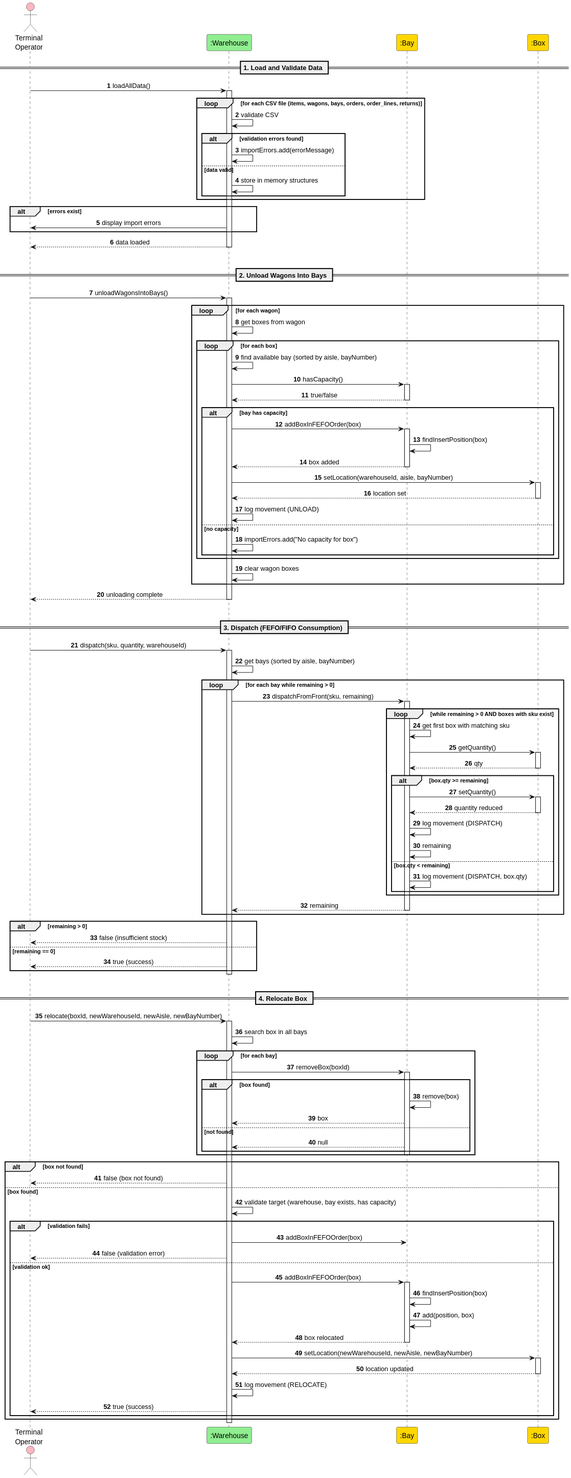
Earlier version of the PlantUML export doc/sprint-1/usei01/03. design/svg/USEI01-FullSequenceDiagram.svg (ivasduarte/logistics-on-rails).
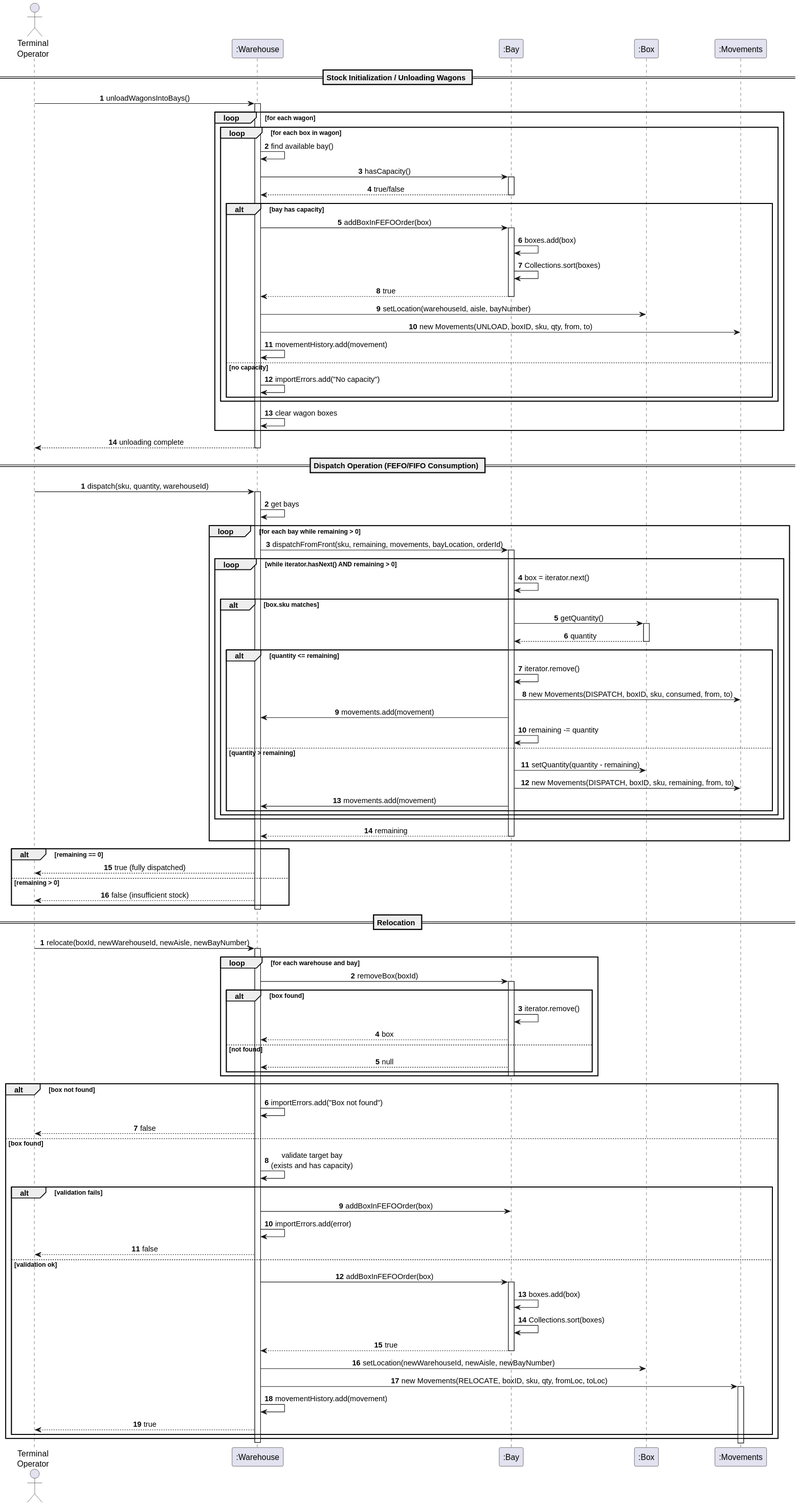
After the commit.

Commit message:
(doc) Corrected documentation regarding USEI01

Change to the diagram source:
```diff
@@ -1,56 +1,23 @@
 @startuml
-!define ACTOR_COLOR #FFB6C1
-
-!define CONTROL_COLOR #90EE90
-
-!define ENTITY_COLOR #FFD700
-
-skinparam backgroundColor #FFFFFF
 skinparam sequenceMessageAlign center
 skinparam responseMessageBelowArrow true
 
-actor "Terminal\nOperator" as Operator ACTOR_COLOR
-participant ":Warehouse" as WH CONTROL_COLOR
-participant ":Bay" as Bay ENTITY_COLOR
-participant ":Box" as Box ENTITY_COLOR
+actor "Terminal\nOperator" as Operator
+participant ":Warehouse" as WH
+participant ":Bay" as Bay
+participant ":Box" as Box
+participant ":Movements" as Mov
 
 autonumber
 
-== 1. Load and Validate Data ==
-
-Operator -> WH : loadAllData()
-activate WH
-
-loop for each CSV file (items, wagons, bays, orders, order_lines, returns)
-    WH -> WH : validate CSV
-
-    alt validation errors found
-        WH -> WH : importErrors.add(errorMessage)
-    else data valid
-        WH -> WH : store in memory structures
-    end
-end
-
-alt errors exist
-    WH -> Operator : display import errors
-end
-
-WH --> Operator : data loaded
-
-deactivate WH
-
-|||
-
-== 2. Unload Wagons Into Bays ==
+== Stock Initialization / Unloading Wagons ==
 
 Operator -> WH : unloadWagonsIntoBays()
 activate WH
 
 loop for each wagon
-    WH -> WH : get boxes from wagon
-
-    loop for each box
-        WH -> WH : find available bay (sorted by aisle, bayNumber)
+    loop for each box in wagon
+        WH -> WH : find available bay()
 
         WH -> Bay : hasCapacity()
         activate Bay
@@ -60,20 +27,18 @@
         alt bay has capacity
             WH -> Bay : addBoxInFEFOOrder(box)
             activate Bay
-
-            Bay -> Bay : findInsertPosition(box)
-            Bay --> WH : box added
+            Bay -> Bay : boxes.add(box)
+            Bay -> Bay : Collections.sort(boxes)
+            Bay --> WH : true
             deactivate Bay
 
             WH -> Box : setLocation(warehouseId, aisle, bayNumber)
-            activate Box
-            Box --> WH : location set
-            deactivate Box
 
-            WH -> WH : log movement (UNLOAD)
+            WH -> Mov : new Movements(UNLOAD, boxID, sku, qty, from, to)
+            WH -> WH : movementHistory.add(movement)
 
         else no capacity
-            WH -> WH : importErrors.add("No capacity for box")
+            WH -> WH : importErrors.add("No capacity")
         end
     end
 
@@ -83,37 +48,42 @@
 WH --> Operator : unloading complete
 deactivate WH
 
-|||
+autonumber stop
 
-== 3. Dispatch (FEFO/FIFO Consumption) ==
+== Dispatch Operation (FEFO/FIFO Consumption) ==
+
+autonumber
 
 Operator -> WH : dispatch(sku, quantity, warehouseId)
 activate WH
 
-WH -> WH : get bays (sorted by aisle, bayNumber)
+WH -> WH : get bays
 
 loop for each bay while remaining > 0
-    WH -> Bay : dispatchFromFront(sku, remaining)
+    WH -> Bay : dispatchFromFront(sku, remaining, movements, bayLocation, orderId)
     activate Bay
 
-    loop while remaining > 0 AND boxes with sku exist
-        Bay -> Bay : get first box with matching sku
-        Bay -> Box : getQuantity()
-        activate Box
-        Box --> Bay : qty
-        deactivate Box
+    loop while iterator.hasNext() AND remaining > 0
+        Bay -> Bay : box = iterator.next()
 
-        alt box.qty >= remaining
-            Bay -> Box : setQuantity()
+        alt box.sku matches
+            Bay -> Box : getQuantity()
             activate Box
-            Box --> Bay : quantity reduced
+            Box --> Bay : quantity
             deactivate Box
 
-            Bay -> Bay : log movement (DISPATCH)
-            Bay -> Bay : remaining
+            alt quantity <= remaining
+                Bay -> Bay : iterator.remove()
 
-        else box.qty < remaining
-            Bay -> Bay : log movement (DISPATCH, box.qty)
+                Bay -> Mov : new Movements(DISPATCH, boxID, sku, consumed, from, to)
+                Bay -> WH : movements.add(movement)
+                Bay -> Bay : remaining -= quantity
+
+            else quantity > remaining
+                Bay -> Box : setQuantity(quantity - remaining)
+                Bay -> Mov : new Movements(DISPATCH, boxID, sku, remaining, from, to)
+                Bay -> WH : movements.add(movement)
+            end
         end
     end
 
@@ -121,29 +91,30 @@
     deactivate Bay
 end
 
-alt remaining > 0
+alt remaining == 0
+    WH --> Operator : true (fully dispatched)
+else remaining > 0
     WH --> Operator : false (insufficient stock)
-else remaining == 0
-    WH --> Operator : true (success)
 end
 
 deactivate WH
 
-|||
+autonumber stop
 
-== 4. Relocate Box ==
+
+== Relocation ==
+
+autonumber
 
 Operator -> WH : relocate(boxId, newWarehouseId, newAisle, newBayNumber)
 activate WH
 
-WH -> WH : search box in all bays
-
-loop for each bay
+loop for each warehouse and bay
     WH -> Bay : removeBox(boxId)
     activate Bay
 
     alt box found
-        Bay -> Bay : remove(box)
+        Bay -> Bay : iterator.remove()
         Bay --> WH : box
     else not found
         Bay --> WH : null
@@ -152,28 +123,31 @@
 end
 
 alt box not found
-    WH --> Operator : false (box not found)
+    WH -> WH : importErrors.add("Box not found")
+    WH --> Operator : false
+
 else box found
-    WH -> WH : validate target (warehouse, bay exists, has capacity)
+    WH -> WH : validate target bay\n(exists and has capacity)
 
     alt validation fails
         WH -> Bay : addBoxInFEFOOrder(box)
-        WH --> Operator : false (validation error)
+        WH -> WH : importErrors.add(error)
+        WH --> Operator : false
+
     else validation ok
         WH -> Bay : addBoxInFEFOOrder(box)
         activate Bay
-        Bay -> Bay : findInsertPosition(box)
-        Bay -> Bay : add(position, box)
-        Bay --> WH : box relocated
+        Bay -> Bay : boxes.add(box)
+        Bay -> Bay : Collections.sort(boxes)
+        Bay --> WH : true
         deactivate Bay
 
         WH -> Box : setLocation(newWarehouseId, newAisle, newBayNumber)
-        activate Box
-        Box --> WH : location updated
-        deactivate Box
+        WH -> Mov : new Movements(RELOCATE, boxID, sku, qty, fromLoc, toLoc)
+        activate Mov
+        WH -> WH : movementHistory.add(movement)
 
-        WH -> WH : log movement (RELOCATE)
-        WH --> Operator : true (success)
+        WH --> Operator : true
     end
 end
 
```
